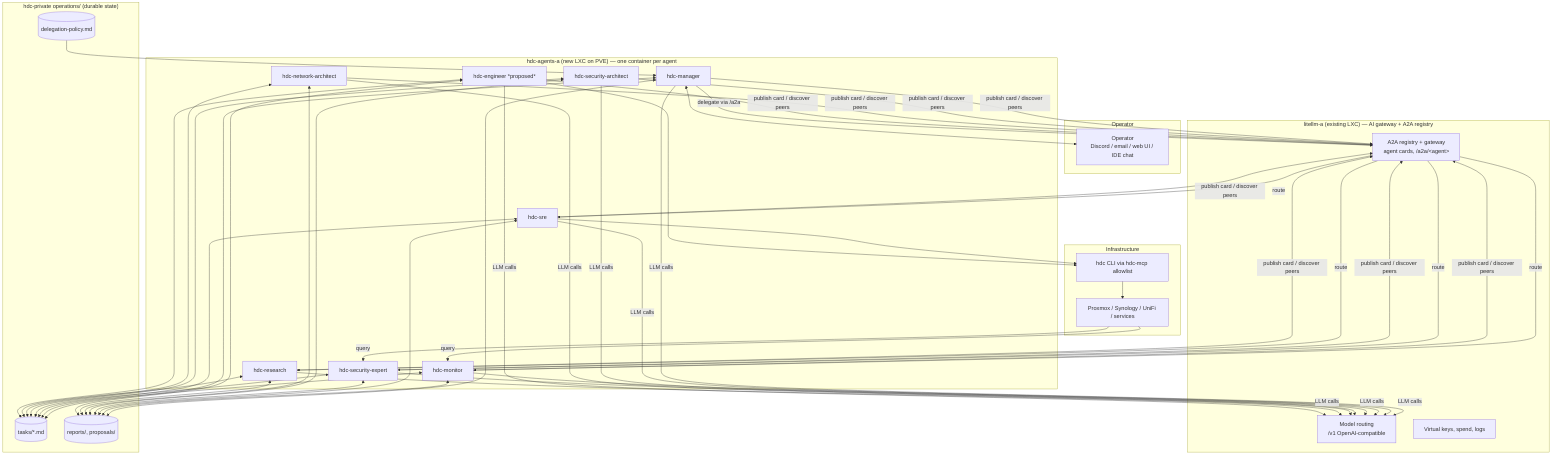
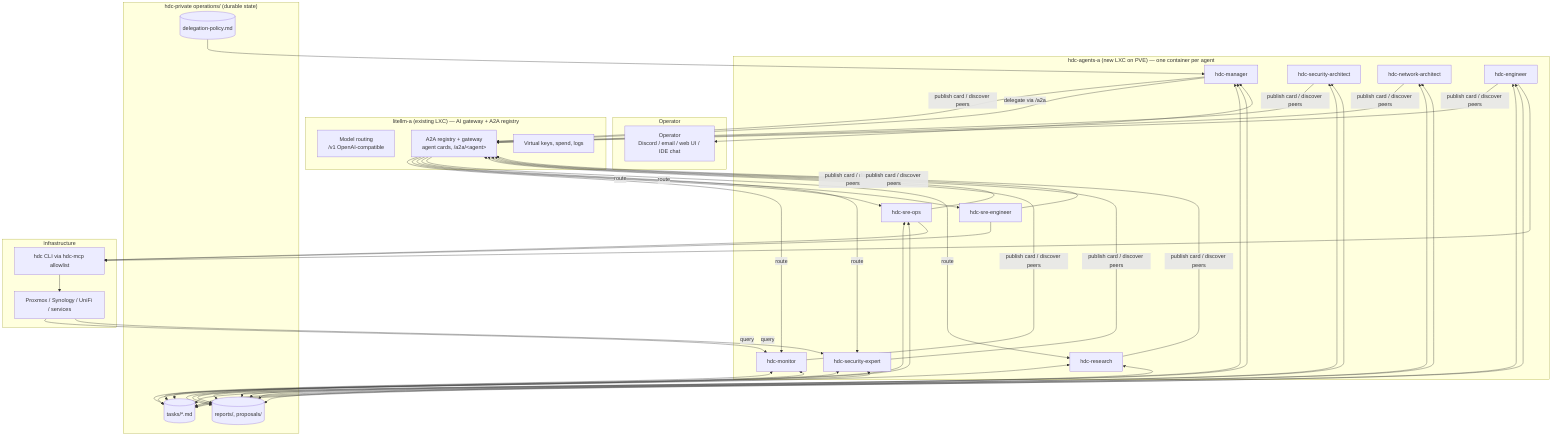
flowchart TB
    subgraph Operator
        OP[Operator<br/>Discord / email / web UI / IDE chat]
    end

    subgraph LiteLLM["litellm-a (existing LXC) — AI gateway + A2A registry"]
        GW[Model routing<br/>/v1 OpenAI-compatible]
        REG[A2A registry + gateway<br/>agent cards, /a2a/&lt;agent&gt;]
        KEYS[Virtual keys, spend, logs]
    end

    subgraph AgentsHost["hdc-agents-a (new LXC on PVE) — one container per agent"]
        MGR[hdc-manager]
        MON[hdc-monitor]
-         SRE[hdc-sre]
+         SREOPS[hdc-sre-ops]
+         SREENG[hdc-sre-engineer]
        SECX[hdc-security-expert]
        SECA[hdc-security-architect]
        NETA[hdc-network-architect]
        RES[hdc-research]
-         ENG[hdc-engineer *proposed*]
+         ENG[hdc-engineer]
    end

    subgraph State["hdc-private operations/ (durable state)"]
        TQ[(tasks/*.md)]
        RPT[(reports/, proposals/)]
        POL[(delegation-policy.md)]
    end

    subgraph Infra["Infrastructure"]
        CLI[hdc CLI via hdc-mcp allowlist]
        LAB[Proxmox / Synology / UniFi / services]
    end

-     MGR & MON & SRE & SECX & SECA & NETA & RES & ENG -- publish card / discover peers --> REG
-     MGR -- delegate via /a2a --> REG -- route --> MON & SRE & SECX & RES
-     MGR & MON & SRE & SECX & SECA & NETA & RES & ENG -- LLM calls --> GW
-     MGR & MON & SRE & SECX & SECA & NETA & RES & ENG <--> TQ & RPT
+     MGR & MON & SREOPS & SREENG & SECX & SECA & NETA & RES & ENG -- publish card / discover peers --> REG
+     MGR -- delegate via /a2a --> REG -- route --> MON & SREOPS & SREENG & SECX & RES
+     MGR & MON & SREOPS & SECX & SECA & NETA & RES & ENG <--> TQ & RPT
    POL --> MGR
    MGR <--> OP
-     SRE & ENG --> CLI --> LAB
+     SREOPS --> CLI --> LAB
+     SREENG & ENG --> CLI
    LAB -- query --> MON & SECX
